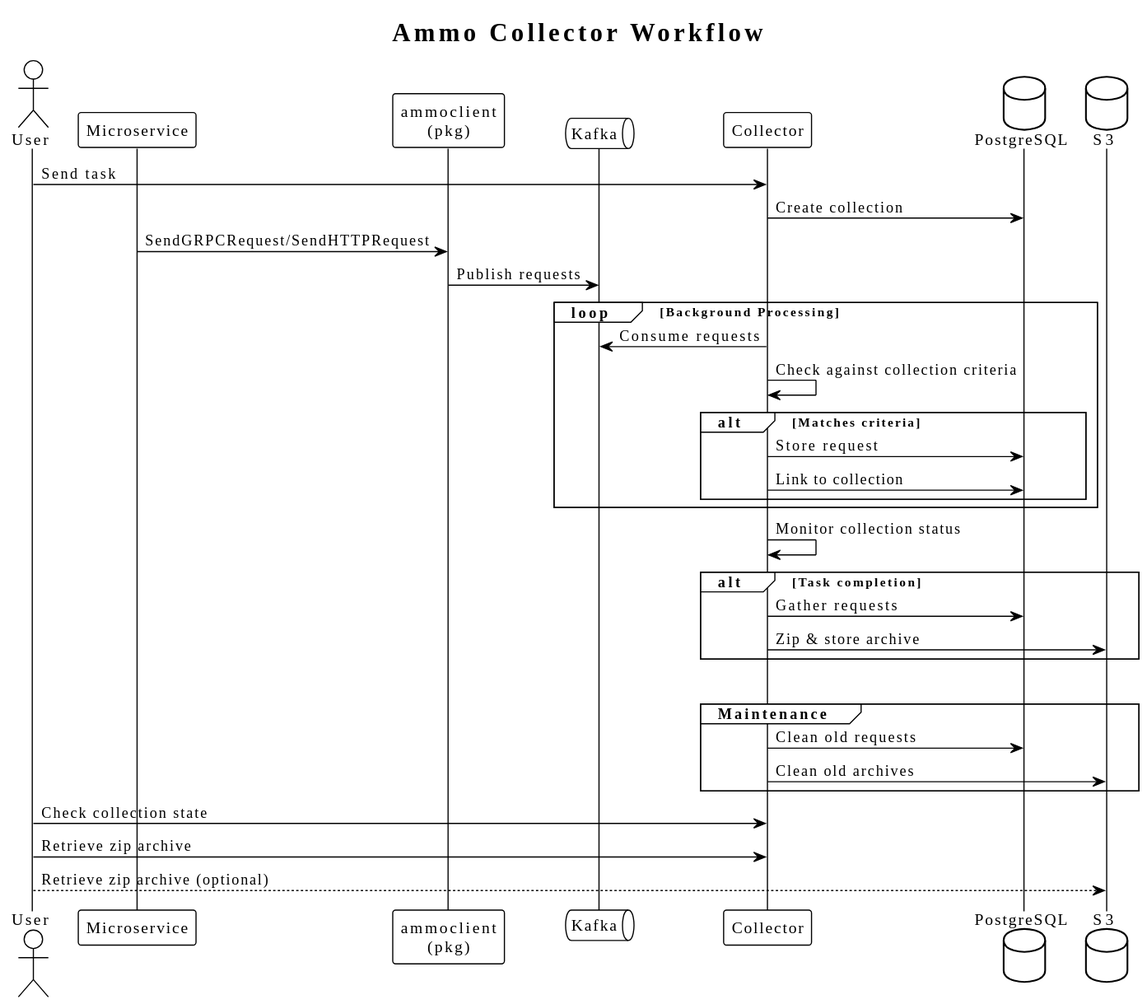
This is docs/service-flow.svg from n-r-w/collector, a PlantUML export, as it was before one commit.
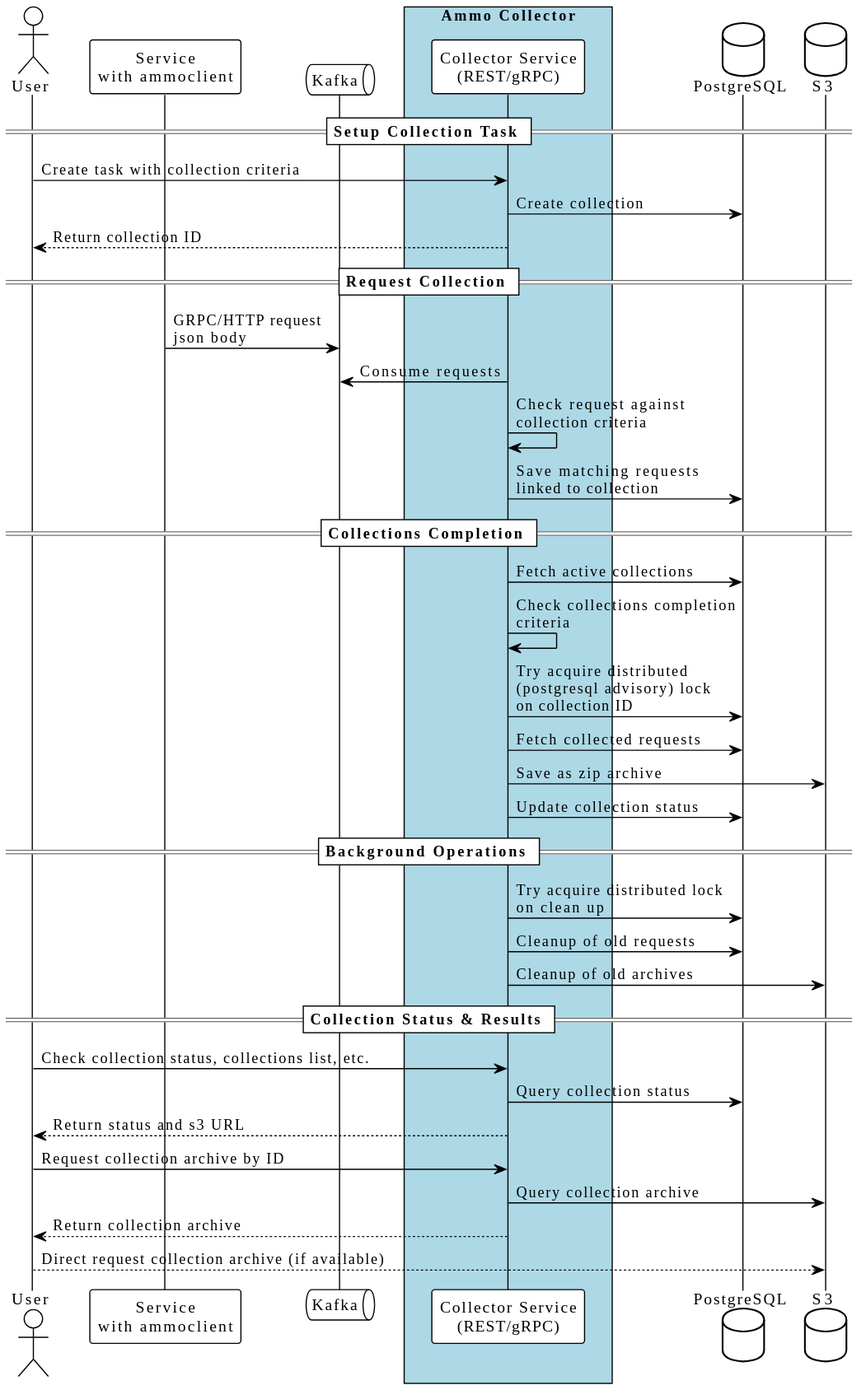
The same file after the commit.

The edit, as a diff of the source:
```diff
@@ -1,48 +1,50 @@
 @startuml
 !theme plain
+skinparam backgroundColor white
+skinparam ParticipantPadding 20
+skinparam BoxPadding 10
 
-title Ammo Collector Workflow
+actor "User" as user
+participant "Service\nwith ammoclient" as client
+queue "Kafka" as kafka
+box "Ammo Collector" #LightBlue
+    participant "Collector Service\n(REST/gRPC)" as collector
+end box
+database "PostgreSQL" as postgres
+database "S3" as s3
 
-actor User
-participant Microservice
-User -> Collector: Send task
+== Setup Collection Task ==
+user -> collector: Create task with collection criteria
+collector -> postgres: Create collection
+collector --> user: Return collection ID
 
-participant AmmoClient as "ammoclient\n(pkg)"
-queue Kafka
-participant "Ammo Collector" as Collector
-database PostgreSQL
-database S3
+== Request Collection ==
+client -> kafka: GRPC/HTTP request\njson body
+collector -> kafka: Consume requests
+collector -> collector: Check request against\ncollection criteria
+collector -> postgres: Save matching requests\nlinked to collection
 
-Collector -> PostgreSQL: Create collection
 
-Microservice -> AmmoClient: SendGRPCRequest/SendHTTPRequest
-AmmoClient -> Kafka: Publish requests
+== Collections Completion ==
+collector -> postgres: Fetch active collections
+collector -> collector: Check collections completion\ncriteria
+collector -> postgres: Try acquire distributed\n(postgresql advisory) lock\non collection ID
+collector -> postgres: Fetch collected requests
+collector -> s3: Save as zip archive
+collector -> postgres: Update collection status
 
-loop Background Processing
-  Collector -> Kafka: Consume requests
-  Collector -> Collector: Check against collection criteria
+== Background Operations ==
+collector -> postgres: Try acquire distributed lock\non clean up
+collector -> postgres: Cleanup of old requests
+collector -> s3: Cleanup of old archives
 
-  alt Matches criteria
-    Collector -> PostgreSQL: Store request
-    Collector -> PostgreSQL: Link to collection
-  end
-end
+== Collection Status & Results ==
+user -> collector: Check collection status, collections list, etc.
+collector -> postgres: Query collection status
+collector --> user: Return status and s3 URL
 
-Collector -> Collector: Monitor collection status
-
-alt Task completion
-  Collector -> PostgreSQL: Gather requests
-  Collector -> S3: Zip & store archive
-end
-
-|||
-
-group Maintenance
-  Collector -> PostgreSQL: Clean old requests
-  Collector -> S3: Clean old archives
-end
-
-User -> Collector: Check collection state
-User -> Collector: Retrieve zip archive
-User --> S3: Retrieve zip archive (optional)
+user -> collector: Request collection archive by ID
+collector -> s3: Query collection archive
+collector --> user: Return collection archive
+user --> s3: Direct request collection archive (if available)
 @enduml
```
